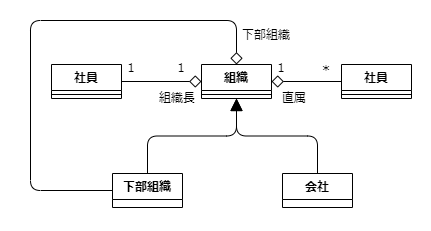
bosssanovar/LightMvvmSample keeps this draw.io diagram as Designs/組織構成設計/organization_design_class_diagram2.png. Above is the earlier version. Source tidied: cells renumbered, new cells last; positions are measured from the earlier drawing's top-left corner, leaving out a move shared by most shapes. Its diagram source:
```xml
<mxGraphModel>
  <root>
    <mxCell id="0" />
    <mxCell id="1" parent="0" />
    <mxCell id="2" style="rounded=0;whiteSpace=wrap;html=1;strokeColor=none;fontSize=12;" parent="1" vertex="1">
      <mxGeometry width="430" height="230" as="geometry" />
    </mxCell>
    <mxCell id="3" value="下部組織" style="swimlane;fontStyle=1;align=center;verticalAlign=top;horizontal=1;startSize=26;" parent="1" vertex="1">
      <mxGeometry x="112" y="173" width="70" height="34" as="geometry" />
    </mxCell>
    <mxCell id="4" style="edgeStyle=orthogonalEdgeStyle;jumpSize=10;html=1;exitX=0.5;exitY=0;exitDx=0;exitDy=0;entryX=0.5;entryY=1;entryDx=0;entryDy=0;strokeWidth=1;fontSize=12;endArrow=block;endFill=1;startSize=10;endSize=10;" parent="1" edge="1" source="3" target="8">
      <mxGeometry relative="1" as="geometry" />
    </mxCell>
    <mxCell id="5" style="edgeStyle=none;jumpSize=10;html=1;exitX=0;exitY=0.5;exitDx=0;exitDy=0;entryX=1;entryY=0.5;entryDx=0;entryDy=0;strokeWidth=1;endArrow=diamond;endFill=0;startSize=10;endSize=10;" parent="1" edge="1" source="6" target="8">
      <mxGeometry relative="1" as="geometry" />
    </mxCell>
    <mxCell id="6" value="社員" style="swimlane;fontStyle=1;align=center;verticalAlign=top;horizontal=1;startSize=26;" parent="1" vertex="1">
      <mxGeometry x="341" y="64" width="70" height="34" as="geometry" />
    </mxCell>
    <mxCell id="7" style="line;strokeWidth=1;fillColor=none;align=left;verticalAlign=middle;spacingTop=-1;spacingLeft=3;spacingRight=3;labelPosition=right;strokeColor=inherit;" parent="6" vertex="1">
      <mxGeometry y="26" width="70" height="8" as="geometry" />
    </mxCell>
    <mxCell id="8" value="組織" style="swimlane;fontStyle=1;align=center;verticalAlign=top;horizontal=1;startSize=26;" parent="1" vertex="1">
      <mxGeometry x="201" y="64" width="70" height="34" as="geometry" />
    </mxCell>
    <mxCell id="9" style="line;strokeWidth=1;fillColor=none;align=left;verticalAlign=middle;spacingTop=-1;spacingLeft=3;spacingRight=3;labelPosition=right;strokeColor=inherit;" parent="8" vertex="1">
      <mxGeometry y="26" width="70" height="8" as="geometry" />
    </mxCell>
    <mxCell id="10" style="edgeStyle=none;jumpSize=10;html=1;exitX=1;exitY=0.5;exitDx=0;exitDy=0;entryX=0;entryY=0.5;entryDx=0;entryDy=0;strokeWidth=1;endArrow=diamond;endFill=0;startSize=10;endSize=10;" parent="1" edge="1" source="11" target="8">
      <mxGeometry relative="1" as="geometry" />
    </mxCell>
    <mxCell id="11" value="社員" style="swimlane;fontStyle=1;align=center;verticalAlign=top;horizontal=1;startSize=26;" parent="1" vertex="1">
      <mxGeometry x="51" y="64" width="70" height="34" as="geometry" />
    </mxCell>
    <mxCell id="12" style="line;strokeWidth=1;fillColor=none;align=left;verticalAlign=middle;spacingTop=-1;spacingLeft=3;spacingRight=3;labelPosition=right;strokeColor=inherit;" parent="11" vertex="1">
      <mxGeometry y="26" width="70" height="8" as="geometry" />
    </mxCell>
    <mxCell id="13" value="１" style="text;html=1;strokeColor=none;fillColor=none;align=center;verticalAlign=middle;whiteSpace=wrap;rounded=0;dashed=1;" parent="1" vertex="1">
      <mxGeometry x="251" y="53" width="60" height="30" as="geometry" />
    </mxCell>
    <mxCell id="14" value="＊" style="text;html=1;strokeColor=none;fillColor=none;align=center;verticalAlign=middle;whiteSpace=wrap;rounded=0;dashed=1;fontSize=12;" parent="1" vertex="1">
      <mxGeometry x="296" y="53" width="60" height="30" as="geometry" />
    </mxCell>
    <mxCell id="15" value="１" style="text;html=1;strokeColor=none;fillColor=none;align=center;verticalAlign=middle;whiteSpace=wrap;rounded=0;dashed=1;" parent="1" vertex="1">
      <mxGeometry x="101" y="53" width="60" height="30" as="geometry" />
    </mxCell>
    <mxCell id="16" value="１" style="text;html=1;strokeColor=none;fillColor=none;align=center;verticalAlign=middle;whiteSpace=wrap;rounded=0;dashed=1;" parent="1" vertex="1">
      <mxGeometry x="151" y="53" width="60" height="30" as="geometry" />
    </mxCell>
    <mxCell id="17" value="組織長" style="text;html=1;strokeColor=none;fillColor=none;align=center;verticalAlign=middle;whiteSpace=wrap;rounded=0;dashed=1;fontSize=12;" parent="1" vertex="1">
      <mxGeometry x="147" y="83" width="60" height="30" as="geometry" />
    </mxCell>
    <mxCell id="18" value="直属" style="text;html=1;strokeColor=none;fillColor=none;align=center;verticalAlign=middle;whiteSpace=wrap;rounded=0;dashed=1;fontSize=12;" parent="1" vertex="1">
      <mxGeometry x="264" y="83" width="60" height="30" as="geometry" />
    </mxCell>
    <mxCell id="19" style="edgeStyle=orthogonalEdgeStyle;jumpSize=10;html=1;exitX=0.5;exitY=0;exitDx=0;exitDy=0;entryX=0.5;entryY=1;entryDx=0;entryDy=0;strokeWidth=1;fontSize=12;endArrow=block;endFill=1;startSize=10;endSize=10;" parent="1" edge="1" source="20" target="8">
      <mxGeometry relative="1" as="geometry" />
    </mxCell>
    <mxCell id="20" value="会社" style="swimlane;fontStyle=1;align=center;verticalAlign=top;horizontal=1;startSize=26;" parent="1" vertex="1">
      <mxGeometry x="282" y="173" width="70" height="34" as="geometry" />
    </mxCell>
    <mxCell id="21" style="edgeStyle=orthogonalEdgeStyle;jumpSize=10;html=1;entryX=0.5;entryY=0;entryDx=0;entryDy=0;strokeWidth=1;endArrow=diamond;endFill=0;startSize=10;endSize=10;fontSize=12;exitX=0;exitY=0.5;exitDx=0;exitDy=0;" parent="1" edge="1" source="3" target="8">
      <mxGeometry relative="1" as="geometry">
        <Array as="points">
          <mxPoint x="30" y="190" />
          <mxPoint x="30" y="20" />
          <mxPoint x="236" y="20" />
        </Array>
      </mxGeometry>
    </mxCell>
    <mxCell id="22" value="下部組織" style="text;html=1;strokeColor=none;fillColor=none;align=center;verticalAlign=middle;whiteSpace=wrap;rounded=0;dashed=1;fontSize=12;" parent="1" vertex="1">
      <mxGeometry x="236" y="20" width="60" height="30" as="geometry" />
    </mxCell>
  </root>
</mxGraphModel>
```
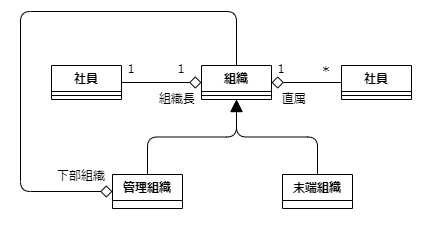
Later version of the same file.

Commit message:
組織設計修正

Change to the diagram source:
```diff
@@ -5,7 +5,7 @@
     <mxCell id="2" style="rounded=0;whiteSpace=wrap;html=1;strokeColor=none;fontSize=12;" parent="1" vertex="1">
       <mxGeometry width="430" height="230" as="geometry" />
     </mxCell>
-    <mxCell id="3" value="下部組織" style="swimlane;fontStyle=1;align=center;verticalAlign=top;horizontal=1;startSize=26;" parent="1" vertex="1">
+    <mxCell id="3" value="管理組織" style="swimlane;fontStyle=1;align=center;verticalAlign=top;horizontal=1;startSize=26;" parent="1" vertex="1">
       <mxGeometry x="112" y="173" width="70" height="34" as="geometry" />
     </mxCell>
     <mxCell id="4" style="edgeStyle=orthogonalEdgeStyle;jumpSize=10;html=1;exitX=0.5;exitY=0;exitDx=0;exitDy=0;entryX=0.5;entryY=1;entryDx=0;entryDy=0;strokeWidth=1;fontSize=12;endArrow=block;endFill=1;startSize=10;endSize=10;" parent="1" edge="1" source="3" target="8">
@@ -56,20 +56,20 @@
     <mxCell id="19" style="edgeStyle=orthogonalEdgeStyle;jumpSize=10;html=1;exitX=0.5;exitY=0;exitDx=0;exitDy=0;entryX=0.5;entryY=1;entryDx=0;entryDy=0;strokeWidth=1;fontSize=12;endArrow=block;endFill=1;startSize=10;endSize=10;" parent="1" edge="1" source="20" target="8">
       <mxGeometry relative="1" as="geometry" />
     </mxCell>
-    <mxCell id="20" value="会社" style="swimlane;fontStyle=1;align=center;verticalAlign=top;horizontal=1;startSize=26;" parent="1" vertex="1">
+    <mxCell id="20" value="末端組織" style="swimlane;fontStyle=1;align=center;verticalAlign=top;horizontal=1;startSize=26;" parent="1" vertex="1">
       <mxGeometry x="282" y="173" width="70" height="34" as="geometry" />
     </mxCell>
-    <mxCell id="21" style="edgeStyle=orthogonalEdgeStyle;jumpSize=10;html=1;entryX=0.5;entryY=0;entryDx=0;entryDy=0;strokeWidth=1;endArrow=diamond;endFill=0;startSize=10;endSize=10;fontSize=12;exitX=0;exitY=0.5;exitDx=0;exitDy=0;" parent="1" edge="1" source="3" target="8">
+    <mxCell id="21" style="edgeStyle=orthogonalEdgeStyle;jumpSize=10;html=1;entryX=0;entryY=0.5;entryDx=0;entryDy=0;strokeWidth=1;endArrow=diamond;endFill=0;startSize=10;endSize=10;fontSize=12;exitX=0.5;exitY=0;exitDx=0;exitDy=0;" parent="1" edge="1" source="8" target="3">
       <mxGeometry relative="1" as="geometry">
         <Array as="points">
-          <mxPoint x="30" y="190" />
-          <mxPoint x="30" y="20" />
-          <mxPoint x="236" y="20" />
+          <mxPoint x="236" y="10" />
+          <mxPoint x="20" y="10" />
+          <mxPoint x="20" y="190" />
         </Array>
       </mxGeometry>
     </mxCell>
     <mxCell id="22" value="下部組織" style="text;html=1;strokeColor=none;fillColor=none;align=center;verticalAlign=middle;whiteSpace=wrap;rounded=0;dashed=1;fontSize=12;" parent="1" vertex="1">
-      <mxGeometry x="236" y="20" width="60" height="30" as="geometry" />
+      <mxGeometry x="51" y="160" width="60" height="30" as="geometry" />
     </mxCell>
   </root>
 </mxGraphModel>
```
